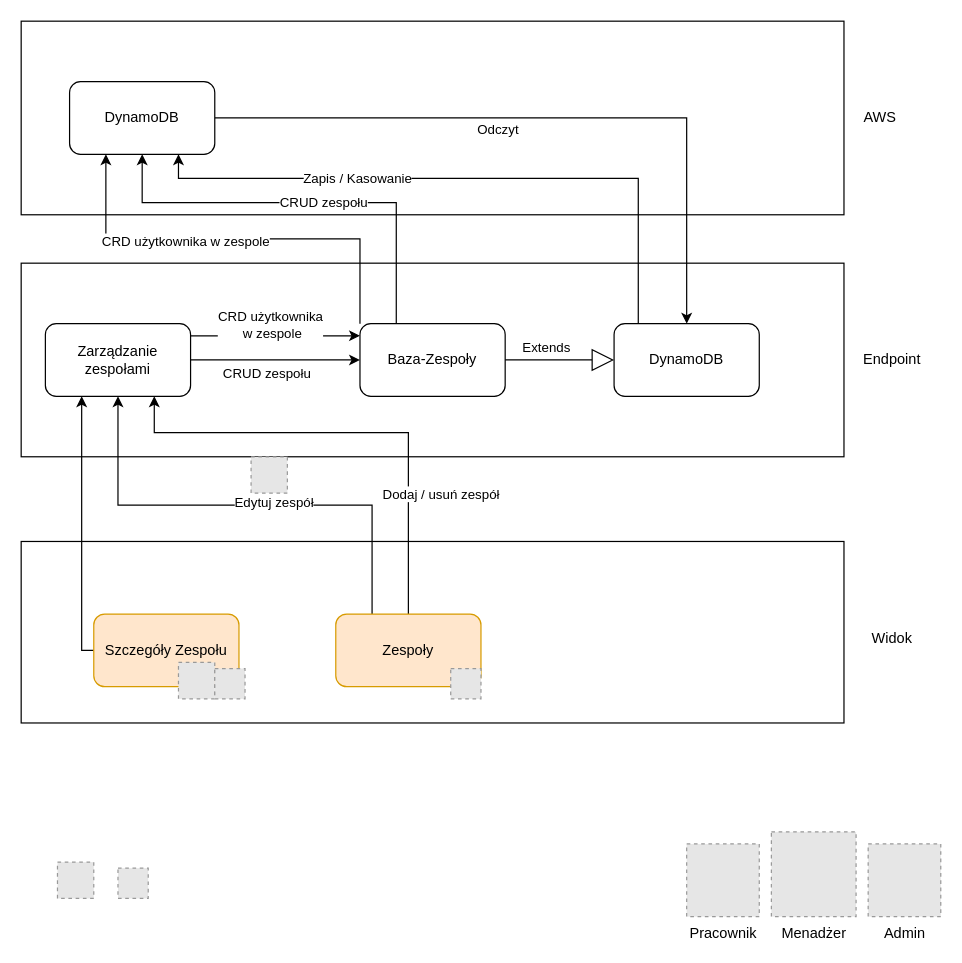
Above: page "Zespoły" (2 of 3) of Logowanie/ZarządzanieUrzytkownikami.drawio in Drucia/AWS-Rzeczy (draw.io), before the change. Source tidied: cells renumbered, new cells numbered last; positions are measured from the earlier drawing's top-left corner, leaving out a move shared by most shapes. Both pictures are drawn from the tidied source at 121%, with x=0, y=0 at pixel (21, 21). Pictures stored in the file or linked from it are replaced by grey dashed boxes.
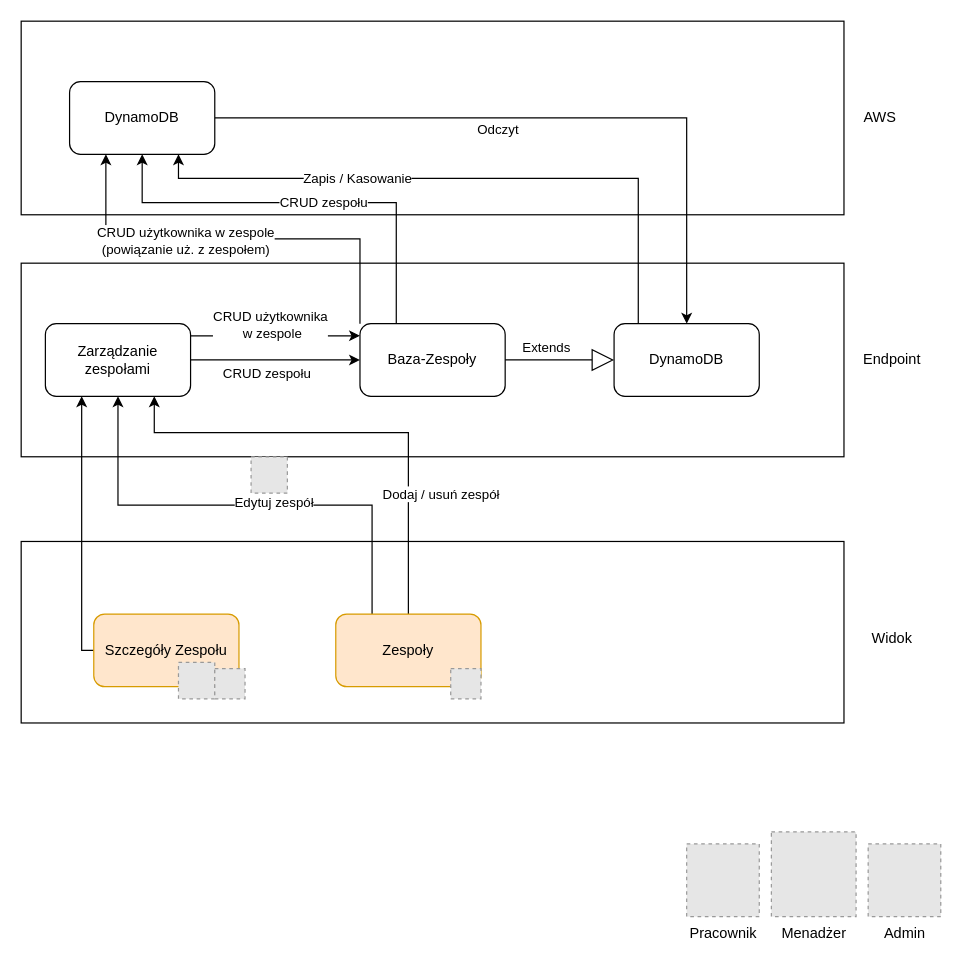
Above is the later version.

Unchanged cells that the change refers to:
```xml
<mxCell id="21" style="edgeStyle=orthogonalEdgeStyle;rounded=0;jettySize=auto;html=1;exitX=0;exitY=0;exitDx=0;exitDy=0;entryX=0.25;entryY=1;entryDx=0;entryDy=0;fillColor=#ffffff;" parent="1" edge="1" source="23" target="13">
  <mxGeometry relative="1" as="geometry" />
</mxCell>
<mxCell id="37" style="edgeStyle=orthogonalEdgeStyle;rounded=0;orthogonalLoop=1;jettySize=auto;html=1;exitX=1;exitY=0.5;exitDx=0;exitDy=0;entryX=0;entryY=0.5;entryDx=0;entryDy=0;" parent="1" edge="1">
  <mxGeometry relative="1" as="geometry">
    <mxPoint x="140" y="260" as="sourcePoint" />
    <mxPoint x="280" y="260" as="targetPoint" />
  </mxGeometry>
</mxCell>
```

Change to the diagram source:
```diff
@@
-    <mxCell id="22" value="CRD użytkownika w zespole" style="edgeLabel;html=1;align=center;verticalAlign=middle;" parent="21" vertex="1">
+    <mxCell id="22" value="CRUD użytkownika w zespole&lt;br&gt;(powiązanie uż. z zespołem)" style="edgeLabel;html=1;align=center;verticalAlign=middle;" parent="21" vertex="1">
       <mxGeometry x="0.23" y="1" relative="1" as="geometry" />
     </mxCell>
@@
-    <mxCell id="31" style="fillColor=#E6E6E6;strokeColor=#999999;dashed=1;html=1;verticalAlign=top;verticalLabelPosition=bottom;labelBackgroundColor=#ffffff;" parent="1" vertex="1">
-      <mxGeometry x="30" y="695" width="30" height="30" as="geometry" />
-    </mxCell>
-    <mxCell id="32" style="fillColor=#E6E6E6;strokeColor=#999999;dashed=1;html=1;verticalAlign=top;verticalLabelPosition=bottom;labelBackgroundColor=#ffffff;" parent="1" vertex="1">
-      <mxGeometry x="80" y="700" width="25" height="25" as="geometry" />
-    </mxCell>
@@
-    <mxCell id="38" value="CRD użytkownika&lt;br&gt;&amp;nbsp;w zespole" style="edgeLabel;html=1;align=center;verticalAlign=middle;" parent="37" vertex="1">
+    <mxCell id="38" value="CRUD użytkownika&lt;br&gt;&amp;nbsp;w zespole" style="edgeLabel;html=1;align=center;verticalAlign=middle;" parent="37" vertex="1">
       <mxGeometry x="0.25" y="-1" relative="1" as="geometry">
         <mxPoint x="-22.5" y="-11" as="offset" />
       </mxGeometry>
     </mxCell>
```
